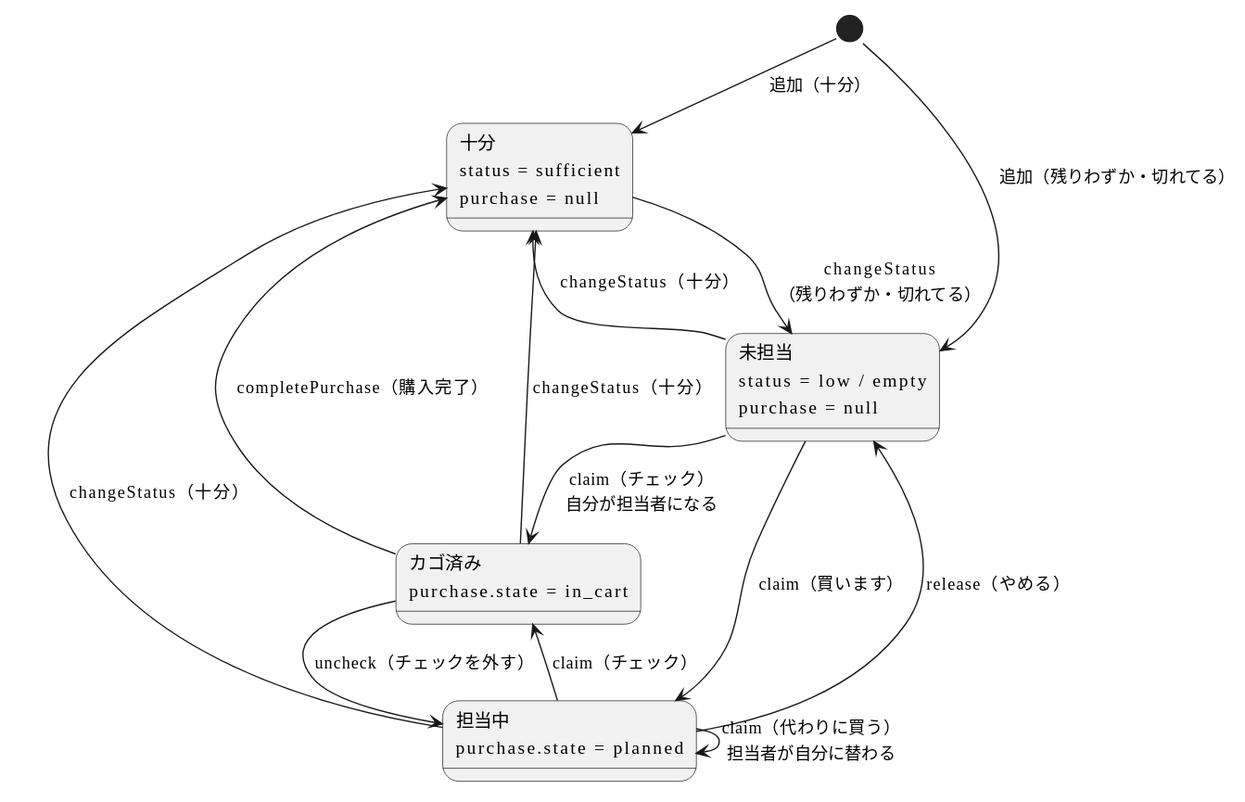
Above: design/data/diagrams/purchase_state.svg in LASC-SINCE2015/LivingManager (PlantUML), before the change. Source of this version:
```plantuml
@startuml
!pragma layout smetana
skinparam defaultFontName "Meiryo"

state "十分\nstatus = sufficient\npurchase = null" as Sufficient
state "未担当\nstatus = low / empty\npurchase = null" as Open
state "担当中\npurchase.state = planned" as Planned
state "カゴ済み\npurchase.state = in_cart" as InCart

[*] --> Sufficient : 追加（十分）
[*] --> Open : 追加（残りわずか・切れてる）

Sufficient --> Open : changeStatus\n（残りわずか・切れてる）
Open --> Sufficient : changeStatus（十分）

Open --> Planned : claim（買います）
Planned --> Open : release（やめる）
Planned --> Planned : claim（代わりに買う）\n担当者が自分に替わる
Open --> InCart : claim（チェック）\n自分が担当者になる
Planned --> InCart : claim（チェック）
InCart --> Planned : uncheck（チェックを外す）

InCart --> Sufficient : completePurchase（購入完了）
Planned --> Sufficient : changeStatus（十分）
InCart --> Sufficient : changeStatus（十分）
@enduml
```
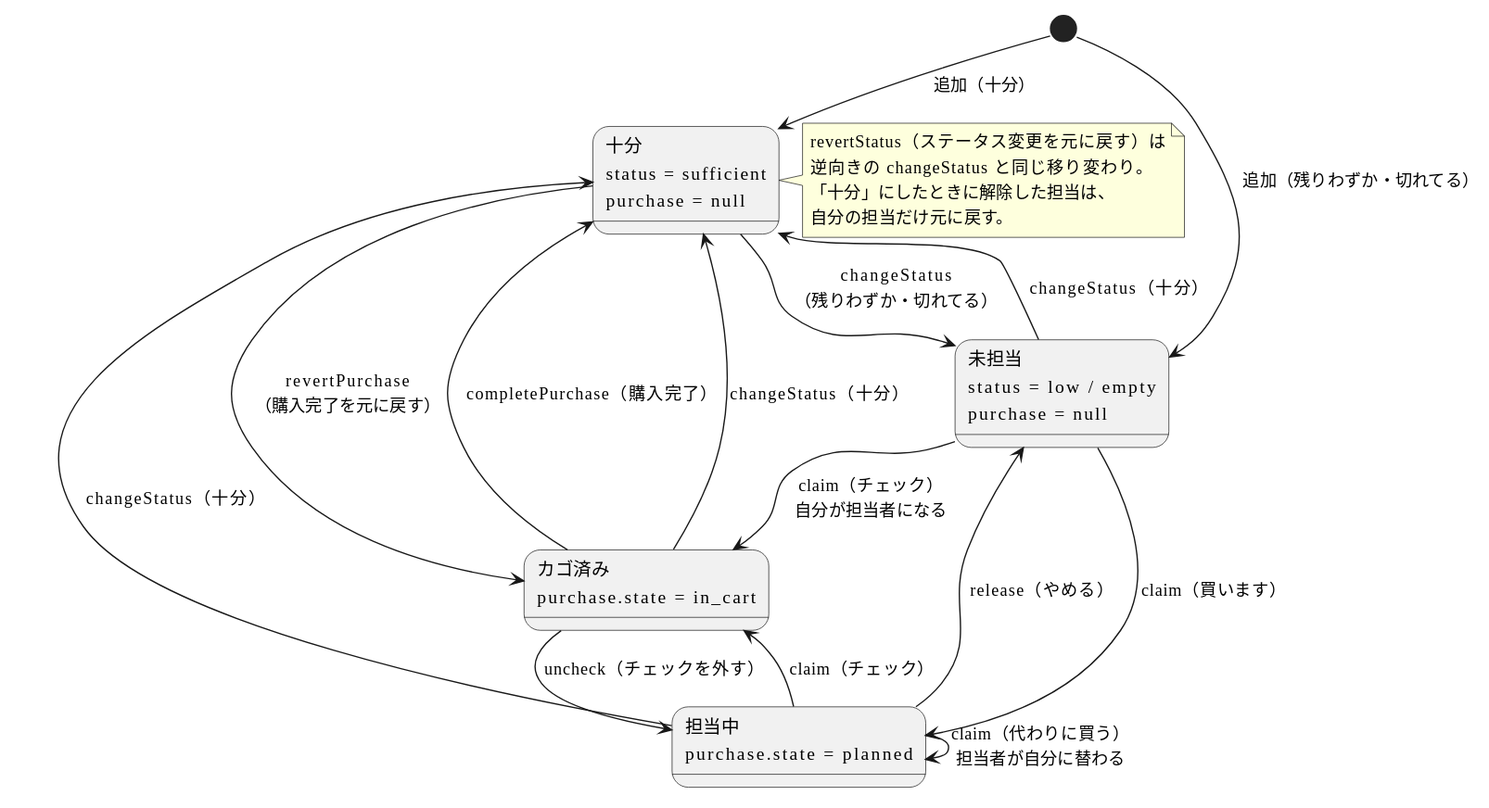
The same file after the commit.

What changed in the source:
```diff
@@ -23,4 +23,12 @@
 InCart --> Sufficient : completePurchase（購入完了）
 Planned --> Sufficient : changeStatus（十分）
 InCart --> Sufficient : changeStatus（十分）
+Sufficient --> InCart : revertPurchase\n（購入完了を元に戻す）
+
+note right of Sufficient
+  revertStatus（ステータス変更を元に戻す）は
+  逆向きの changeStatus と同じ移り変わり。
+  「十分」にしたときに解除した担当は、
+  自分の担当だけ元に戻す。
+end note
 @enduml
```
